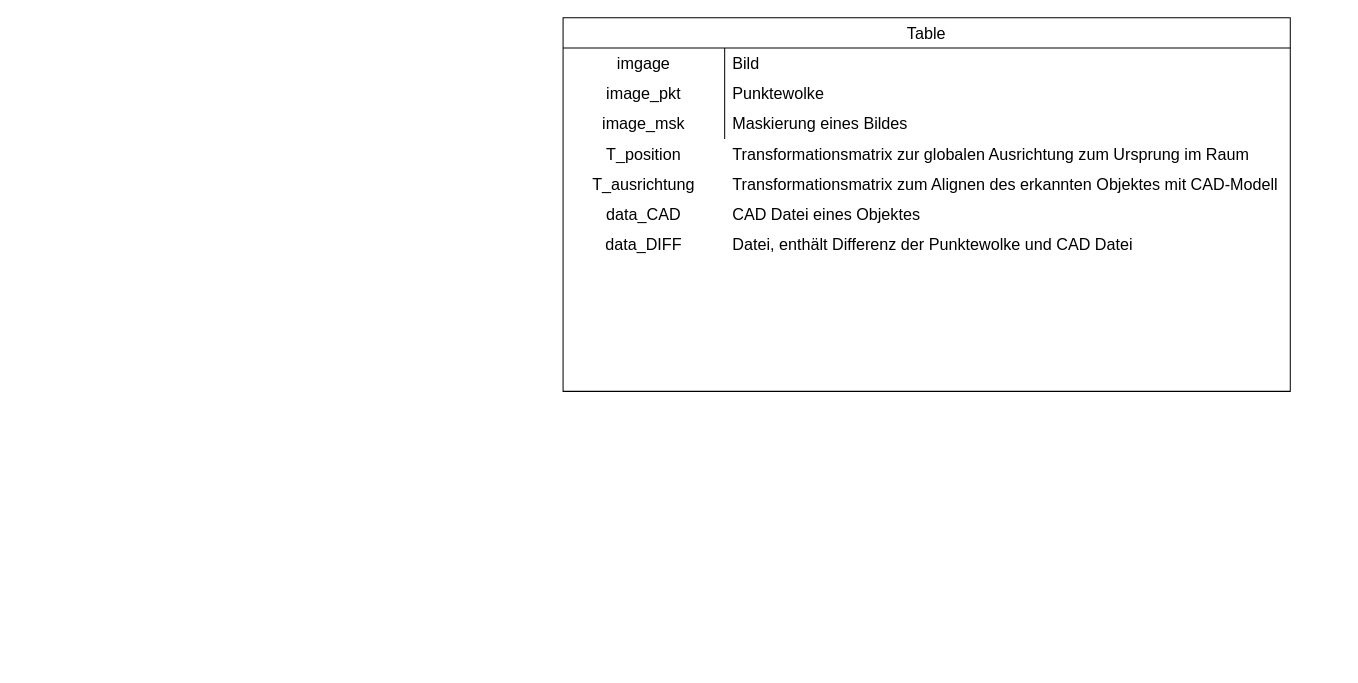
The draw.io diagram page "Legende" (9 of 10) of Segmentierung.drawio in aquamas/diagrams, before the edit. Source tidied: cells renumbered, new cells numbered last; positions are measured from the earlier drawing's top-left corner, leaving out a move shared by most shapes. Both pictures are drawn from the tidied source at 101%, with x=0, y=0 at pixel (563, 17).
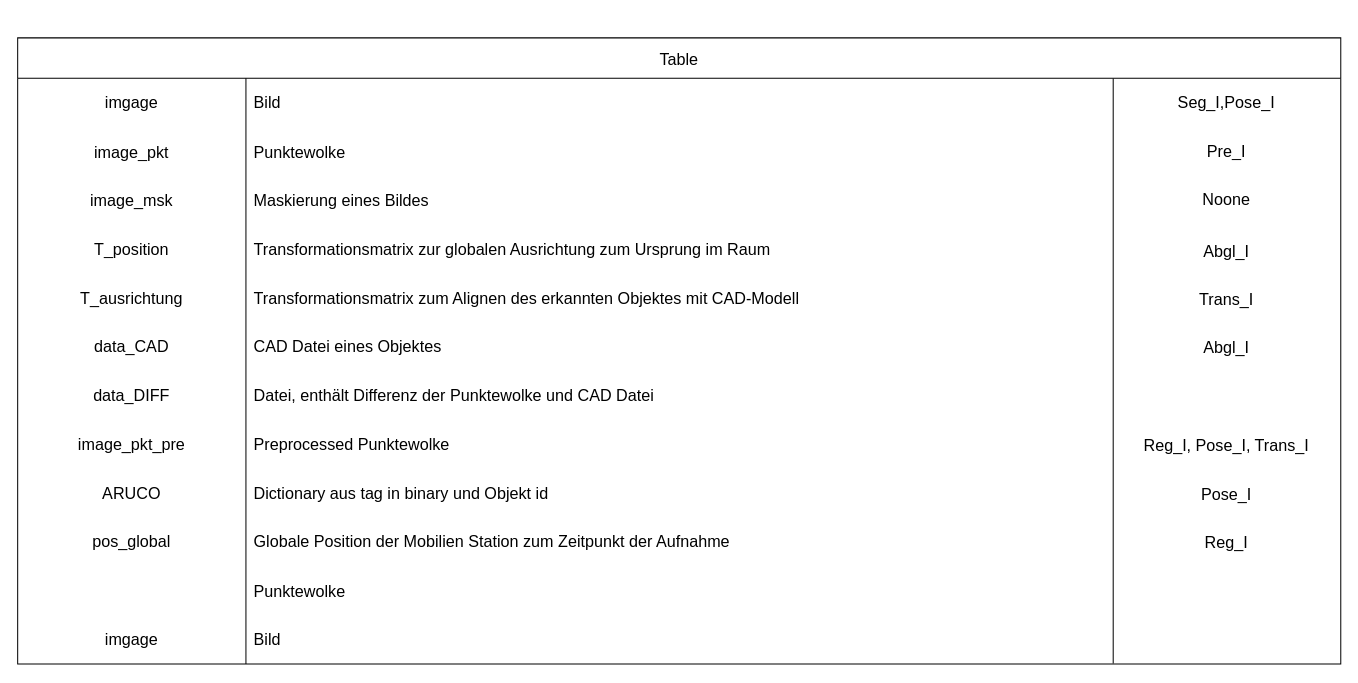
The same page after the edit.

Diff of the diagram source:
```diff
@@
+    <mxCell id="20" style="group;" parent="1" vertex="1">
+      <mxGeometry x="-540" y="20" width="1310" height="620" as="geometry" />
+    </mxCell>
+    <mxCell id="21" value="Seg_I,Pose_I" style="shape=partialRectangle;html=1;whiteSpace=wrap;fillColor=none;top=0;left=0;bottom=0;right=0;overflow=hidden;strokeColor=inherit;fontSize=16;fixDash=1;fixedWidth=0;" parent="20" vertex="1" collapsed="1">
+      <mxGeometry x="1084.1" y="40" width="225.9" height="48" as="geometry" />
+    </mxCell>
+    <mxCell id="22" style="group;" parent="20" vertex="1">
+      <mxGeometry width="1310" height="620" as="geometry" />
+    </mxCell>
-    <mxCell id="2" value="Table" style="shape=table;startSize=30;childLayout=tableLayout;rowLines=0;fontStyle=0;strokeColor=default;fontSize=16;" parent="1" vertex="1">
-      <mxGeometry width="720" height="370" as="geometry" />
+    <mxCell id="2" value="Table" style="shape=table;startSize=40;childLayout=tableLayout;rowLines=0;fontStyle=0;strokeColor=default;fontSize=16;fixDash=1;" parent="22" vertex="1">
+      <mxGeometry width="1310" height="620" as="geometry" />
     </mxCell>
     <mxCell id="3" style="shape=tableRow;horizontal=0;startSize=0;swimlaneHead=0;swimlaneBody=0;top=0;left=0;bottom=0;right=0;fillColor=none;points=[[0,0.5],[1,0.5]];portConstraint=eastwest;strokeColor=inherit;fontSize=16;" parent="2" vertex="1">
-      <mxGeometry y="30" width="720" height="30" as="geometry" />
+      <mxGeometry y="40" width="1310" height="48" as="geometry" />
     </mxCell>
     <mxCell id="4" value="imgage" style="shape=partialRectangle;html=1;whiteSpace=wrap;fillColor=none;top=0;left=0;bottom=0;right=0;overflow=hidden;strokeColor=inherit;fontSize=16;" parent="3" vertex="1">
-      <mxGeometry width="160" height="30" as="geometry" />
+      <mxGeometry width="226" height="48" as="geometry" />
     </mxCell>
     <mxCell id="5" value="Bild&amp;nbsp;" style="shape=partialRectangle;html=1;whiteSpace=wrap;fillColor=none;top=0;left=0;bottom=0;right=0;align=left;spacingLeft=6;overflow=hidden;strokeColor=inherit;fontSize=16;" parent="3" vertex="1">
-      <mxGeometry x="160" width="560" height="30" as="geometry" />
+      <mxGeometry x="226" width="1084" height="48" as="geometry" />
     </mxCell>
     <mxCell id="6" style="shape=tableRow;horizontal=0;startSize=0;swimlaneHead=0;swimlaneBody=0;top=0;left=0;bottom=0;right=0;fillColor=none;strokeColor=inherit;fontSize=16;" parent="2" vertex="1">
-      <mxGeometry y="60" width="720" height="30" as="geometry" />
+      <mxGeometry y="88" width="1310" height="49" as="geometry" />
     </mxCell>
     <mxCell id="7" value="image_pkt" style="shape=partialRectangle;html=1;whiteSpace=wrap;fillColor=none;top=0;left=0;bottom=0;right=0;overflow=hidden;strokeColor=inherit;fontSize=16;" parent="6" vertex="1">
-      <mxGeometry width="160" height="30" as="geometry" />
+      <mxGeometry width="226" height="49" as="geometry" />
     </mxCell>
     <mxCell id="8" value="Punktewolke" style="shape=partialRectangle;html=1;whiteSpace=wrap;fillColor=none;top=0;left=0;bottom=0;right=0;align=left;spacingLeft=6;overflow=hidden;strokeColor=inherit;fontSize=16;" parent="6" vertex="1">
-      <mxGeometry x="160" width="560" height="30" as="geometry" />
+      <mxGeometry x="226" width="1084" height="49" as="geometry" />
     </mxCell>
     <mxCell id="9" style="shape=tableRow;horizontal=0;startSize=0;swimlaneHead=0;swimlaneBody=0;top=0;left=0;bottom=0;right=0;fillColor=none;strokeColor=inherit;fontSize=16;" parent="2" vertex="1">
-      <mxGeometry y="90" width="720" height="30" as="geometry" />
+      <mxGeometry y="137" width="1310" height="48" as="geometry" />
     </mxCell>
     <mxCell id="10" value="image_msk" style="shape=partialRectangle;html=1;whiteSpace=wrap;fillColor=none;top=0;left=0;bottom=0;right=0;overflow=hidden;strokeColor=inherit;fontSize=16;" parent="9" vertex="1">
-      <mxGeometry width="160" height="30" as="geometry" />
+      <mxGeometry width="226" height="48" as="geometry" />
     </mxCell>
     <mxCell id="11" value="Maskierung eines Bildes" style="shape=partialRectangle;html=1;whiteSpace=wrap;fillColor=none;top=0;left=0;bottom=0;right=0;align=left;spacingLeft=6;overflow=hidden;strokeColor=inherit;fontSize=16;" parent="9" vertex="1">
-      <mxGeometry x="160" width="560" height="30" as="geometry" />
+      <mxGeometry x="226" width="1084" height="48" as="geometry" />
     </mxCell>
+    <mxCell id="23" style="shape=tableRow;horizontal=0;startSize=0;swimlaneHead=0;swimlaneBody=0;top=0;left=0;bottom=0;right=0;fillColor=none;strokeColor=inherit;fontSize=16;" parent="2" vertex="1">
+      <mxGeometry y="185" width="1310" height="48" as="geometry" />
+    </mxCell>
-    <mxCell id="12" value="T_position" style="shape=partialRectangle;html=1;whiteSpace=wrap;fillColor=none;top=0;left=0;bottom=0;right=0;overflow=hidden;strokeColor=inherit;fontSize=16;" parent="1" vertex="1">
-      <mxGeometry y="120" width="160" height="30" as="geometry" />
+    <mxCell id="12" value="T_position" style="shape=partialRectangle;html=1;whiteSpace=wrap;fillColor=none;top=0;left=0;bottom=0;right=0;overflow=hidden;strokeColor=inherit;fontSize=16;" parent="23" vertex="1">
+      <mxGeometry width="226" height="48" as="geometry" />
     </mxCell>
-    <mxCell id="13" value="Transformationsmatrix zur globalen Ausrichtung zum Ursprung im Raum" style="shape=partialRectangle;html=1;whiteSpace=wrap;fillColor=none;top=0;left=0;bottom=0;right=0;align=left;spacingLeft=6;overflow=hidden;strokeColor=inherit;fontSize=16;" parent="1" vertex="1">
-      <mxGeometry x="160" y="120" width="560" height="30" as="geometry" />
+    <mxCell id="13" value="Transformationsmatrix zur globalen Ausrichtung zum Ursprung im Raum" style="shape=partialRectangle;html=1;whiteSpace=wrap;fillColor=none;top=0;left=0;bottom=0;right=0;align=left;spacingLeft=6;overflow=hidden;strokeColor=inherit;fontSize=16;" parent="23" vertex="1">
+      <mxGeometry x="226" width="1084" height="48" as="geometry" />
     </mxCell>
+    <mxCell id="24" style="shape=tableRow;horizontal=0;startSize=0;swimlaneHead=0;swimlaneBody=0;top=0;left=0;bottom=0;right=0;fillColor=none;strokeColor=inherit;fontSize=16;" parent="2" vertex="1">
+      <mxGeometry y="233" width="1310" height="49" as="geometry" />
+    </mxCell>
+    <mxCell id="15" value="T_ausrichtung" style="shape=partialRectangle;html=1;whiteSpace=wrap;fillColor=none;top=0;left=0;bottom=0;right=0;overflow=hidden;strokeColor=inherit;fontSize=16;" parent="24" vertex="1">
+      <mxGeometry width="226" height="49" as="geometry" />
+    </mxCell>
-    <mxCell id="14" value="Transformationsmatrix zum Alignen des erkannten Objektes mit CAD-Modell" style="shape=partialRectangle;html=1;whiteSpace=wrap;fillColor=none;top=0;left=0;bottom=0;right=0;align=left;spacingLeft=6;overflow=hidden;strokeColor=inherit;fontSize=16;" parent="1" vertex="1">
-      <mxGeometry x="160" y="150" width="560" height="30" as="geometry" />
+    <mxCell id="14" value="Transformationsmatrix zum Alignen des erkannten Objektes mit CAD-Modell" style="shape=partialRectangle;html=1;whiteSpace=wrap;fillColor=none;top=0;left=0;bottom=0;right=0;align=left;spacingLeft=6;overflow=hidden;strokeColor=inherit;fontSize=16;" parent="24" vertex="1">
+      <mxGeometry x="226" width="1084" height="49" as="geometry" />
     </mxCell>
-    <mxCell id="15" value="T_ausrichtung" style="shape=partialRectangle;html=1;whiteSpace=wrap;fillColor=none;top=0;left=0;bottom=0;right=0;overflow=hidden;strokeColor=inherit;fontSize=16;" parent="1" vertex="1">
-      <mxGeometry y="150" width="160" height="30" as="geometry" />
-    </mxCell>
+    <mxCell id="25" style="shape=tableRow;horizontal=0;startSize=0;swimlaneHead=0;swimlaneBody=0;top=0;left=0;bottom=0;right=0;fillColor=none;strokeColor=inherit;fontSize=16;" parent="2" vertex="1">
+      <mxGeometry y="282" width="1310" height="48" as="geometry" />
+    </mxCell>
-    <mxCell id="16" value="data_CAD" style="shape=partialRectangle;html=1;whiteSpace=wrap;fillColor=none;top=0;left=0;bottom=0;right=0;overflow=hidden;strokeColor=inherit;fontSize=16;" parent="1" vertex="1">
-      <mxGeometry y="180" width="160" height="30" as="geometry" />
+    <mxCell id="16" value="data_CAD" style="shape=partialRectangle;html=1;whiteSpace=wrap;fillColor=none;top=0;left=0;bottom=0;right=0;overflow=hidden;strokeColor=inherit;fontSize=16;" parent="25" vertex="1">
+      <mxGeometry width="226" height="48" as="geometry" />
     </mxCell>
+    <mxCell id="18" value="CAD Datei eines Objektes" style="shape=partialRectangle;html=1;whiteSpace=wrap;fillColor=none;top=0;left=0;bottom=0;right=0;align=left;spacingLeft=6;overflow=hidden;strokeColor=inherit;fontSize=16;" parent="25" vertex="1">
+      <mxGeometry x="226" width="1084" height="48" as="geometry" />
+    </mxCell>
+    <mxCell id="26" style="shape=tableRow;horizontal=0;startSize=0;swimlaneHead=0;swimlaneBody=0;top=0;left=0;bottom=0;right=0;fillColor=none;strokeColor=inherit;fontSize=16;" parent="2" vertex="1">
+      <mxGeometry y="330" width="1310" height="48" as="geometry" />
+    </mxCell>
-    <mxCell id="17" value="data_DIFF" style="shape=partialRectangle;html=1;whiteSpace=wrap;fillColor=none;top=0;left=0;bottom=0;right=0;overflow=hidden;strokeColor=inherit;fontSize=16;" parent="1" vertex="1">
-      <mxGeometry y="210" width="160" height="30" as="geometry" />
+    <mxCell id="17" value="data_DIFF" style="shape=partialRectangle;html=1;whiteSpace=wrap;fillColor=none;top=0;left=0;bottom=0;right=0;overflow=hidden;strokeColor=inherit;fontSize=16;" parent="26" vertex="1">
+      <mxGeometry width="226" height="48" as="geometry" />
     </mxCell>
-    <mxCell id="18" value="CAD Datei eines Objektes" style="shape=partialRectangle;html=1;whiteSpace=wrap;fillColor=none;top=0;left=0;bottom=0;right=0;align=left;spacingLeft=6;overflow=hidden;strokeColor=inherit;fontSize=16;" parent="1" vertex="1">
-      <mxGeometry x="160" y="180" width="560" height="30" as="geometry" />
-    </mxCell>
-    <mxCell id="19" value="Datei, enthält Differenz der Punktewolke und CAD Datei" style="shape=partialRectangle;html=1;whiteSpace=wrap;fillColor=none;top=0;left=0;bottom=0;right=0;align=left;spacingLeft=6;overflow=hidden;strokeColor=inherit;fontSize=16;" parent="1" vertex="1">
-      <mxGeometry x="160" y="210" width="560" height="30" as="geometry" />
+    <mxCell id="19" value="Datei, enthält Differenz der Punktewolke und CAD Datei" style="shape=partialRectangle;html=1;whiteSpace=wrap;fillColor=none;top=0;left=0;bottom=0;right=0;align=left;spacingLeft=6;overflow=hidden;strokeColor=inherit;fontSize=16;" parent="26" vertex="1">
+      <mxGeometry x="226" width="1084" height="48" as="geometry" />
     </mxCell>
+    <mxCell id="27" style="shape=tableRow;horizontal=0;startSize=0;swimlaneHead=0;swimlaneBody=0;top=0;left=0;bottom=0;right=0;fillColor=none;strokeColor=inherit;fontSize=16;" parent="2" vertex="1">
+      <mxGeometry y="378" width="1310" height="49" as="geometry" />
+    </mxCell>
+    <mxCell id="28" value="image_pkt_pre" style="shape=partialRectangle;html=1;whiteSpace=wrap;fillColor=none;top=0;left=0;bottom=0;right=0;overflow=hidden;strokeColor=inherit;fontSize=16;" parent="27" vertex="1">
+      <mxGeometry width="226" height="49" as="geometry" />
+    </mxCell>
+    <mxCell id="29" value="Preprocessed Punktewolke" style="shape=partialRectangle;html=1;whiteSpace=wrap;fillColor=none;top=0;left=0;bottom=0;right=0;align=left;spacingLeft=6;overflow=hidden;strokeColor=inherit;fontSize=16;" parent="27" vertex="1">
+      <mxGeometry x="226" width="1084" height="49" as="geometry" />
+    </mxCell>
+    <mxCell id="30" style="shape=tableRow;horizontal=0;startSize=0;swimlaneHead=0;swimlaneBody=0;top=0;left=0;bottom=0;right=0;fillColor=none;strokeColor=inherit;fontSize=16;" parent="2" vertex="1">
+      <mxGeometry y="427" width="1310" height="48" as="geometry" />
+    </mxCell>
+    <mxCell id="31" value="ARUCO" style="shape=partialRectangle;html=1;whiteSpace=wrap;fillColor=none;top=0;left=0;bottom=0;right=0;overflow=hidden;strokeColor=inherit;fontSize=16;" parent="30" vertex="1">
+      <mxGeometry width="226" height="48" as="geometry" />
+    </mxCell>
+    <mxCell id="32" value="Dictionary aus tag in binary und Objekt id" style="shape=partialRectangle;html=1;whiteSpace=wrap;fillColor=none;top=0;left=0;bottom=0;right=0;align=left;spacingLeft=6;overflow=hidden;strokeColor=inherit;fontSize=16;" parent="30" vertex="1">
+      <mxGeometry x="226" width="1084" height="48" as="geometry" />
+    </mxCell>
+    <mxCell id="33" style="shape=tableRow;horizontal=0;startSize=0;swimlaneHead=0;swimlaneBody=0;top=0;left=0;bottom=0;right=0;fillColor=none;strokeColor=inherit;fontSize=16;" parent="2" vertex="1">
+      <mxGeometry y="475" width="1310" height="48" as="geometry" />
+    </mxCell>
+    <mxCell id="34" value="pos_global" style="shape=partialRectangle;html=1;whiteSpace=wrap;fillColor=none;top=0;left=0;bottom=0;right=0;overflow=hidden;strokeColor=inherit;fontSize=16;" parent="33" vertex="1">
+      <mxGeometry width="226" height="48" as="geometry" />
+    </mxCell>
+    <mxCell id="35" value="Globale Position der Mobilien Station zum Zeitpunkt der Aufnahme" style="shape=partialRectangle;html=1;whiteSpace=wrap;fillColor=none;top=0;left=0;bottom=0;right=0;align=left;spacingLeft=6;overflow=hidden;strokeColor=inherit;fontSize=16;" parent="33" vertex="1">
+      <mxGeometry x="226" width="1084" height="48" as="geometry" />
+    </mxCell>
+    <mxCell id="36" style="shape=tableRow;horizontal=0;startSize=0;swimlaneHead=0;swimlaneBody=0;top=0;left=0;bottom=0;right=0;fillColor=none;strokeColor=inherit;fontSize=16;" parent="2" vertex="1">
+      <mxGeometry y="523" width="1310" height="49" as="geometry" />
+    </mxCell>
+    <mxCell id="37" style="shape=partialRectangle;html=1;whiteSpace=wrap;fillColor=none;top=0;left=0;bottom=0;right=0;overflow=hidden;strokeColor=inherit;fontSize=16;" parent="36" vertex="1">
+      <mxGeometry width="226" height="49" as="geometry" />
+    </mxCell>
+    <mxCell id="38" value="Punktewolke" style="shape=partialRectangle;html=1;whiteSpace=wrap;fillColor=none;top=0;left=0;bottom=0;right=0;align=left;spacingLeft=6;overflow=hidden;strokeColor=inherit;fontSize=16;" parent="36" vertex="1">
+      <mxGeometry x="226" width="1084" height="49" as="geometry" />
+    </mxCell>
+    <mxCell id="39" style="shape=tableRow;horizontal=0;startSize=0;swimlaneHead=0;swimlaneBody=0;top=0;left=0;bottom=0;right=0;fillColor=none;points=[[0,0.5],[1,0.5]];portConstraint=eastwest;strokeColor=inherit;fontSize=16;" parent="2" vertex="1">
+      <mxGeometry y="572" width="1310" height="48" as="geometry" />
+    </mxCell>
+    <mxCell id="40" value="imgage" style="shape=partialRectangle;html=1;whiteSpace=wrap;fillColor=none;top=0;left=0;bottom=0;right=0;overflow=hidden;strokeColor=inherit;fontSize=16;" parent="39" vertex="1">
+      <mxGeometry width="226" height="48" as="geometry" />
+    </mxCell>
+    <mxCell id="41" value="Bild&amp;nbsp;" style="shape=partialRectangle;html=1;whiteSpace=wrap;fillColor=none;top=0;left=0;bottom=0;right=0;align=left;spacingLeft=6;overflow=hidden;strokeColor=inherit;fontSize=16;" parent="39" vertex="1">
+      <mxGeometry x="226" width="1084" height="48" as="geometry" />
+    </mxCell>
+    <mxCell id="42" style="endArrow=none;html=1;rounded=0;exitX=0.828;exitY=0.989;exitDx=0;exitDy=0;exitPerimeter=0;entryX=0.828;entryY=0.006;entryDx=0;entryDy=0;entryPerimeter=0;snapToPoint=1;fixDash=1;" parent="2" edge="1" source="39" target="3">
+      <mxGeometry relative="1" as="geometry" />
+    </mxCell>
+    <mxCell id="43" value="Pre_I" style="shape=partialRectangle;html=1;whiteSpace=wrap;fillColor=none;top=0;left=0;bottom=0;right=0;overflow=hidden;strokeColor=inherit;fontSize=16;fixDash=1;fixedWidth=0;" parent="22" vertex="1" collapsed="1">
+      <mxGeometry x="1084.1" y="88" width="225.9" height="48" as="geometry" />
+    </mxCell>
+    <mxCell id="44" value="Reg_I, Pose_I, Trans_I" style="shape=partialRectangle;html=1;whiteSpace=wrap;fillColor=none;top=0;left=0;bottom=0;right=0;overflow=hidden;strokeColor=inherit;fontSize=16;fixDash=1;fixedWidth=0;" parent="22" vertex="1" collapsed="1">
+      <mxGeometry x="1084.1" y="380" width="225.9" height="48" as="geometry" />
+    </mxCell>
+    <mxCell id="45" value="Abgl_I" style="shape=partialRectangle;html=1;whiteSpace=wrap;fillColor=none;top=0;left=0;bottom=0;right=0;overflow=hidden;strokeColor=inherit;fontSize=16;fixDash=1;fixedWidth=0;" parent="22" vertex="1" collapsed="1">
+      <mxGeometry x="1084.1" y="187" width="225.9" height="48" as="geometry" />
+    </mxCell>
+    <mxCell id="46" value="Trans_I" style="shape=partialRectangle;html=1;whiteSpace=wrap;fillColor=none;top=0;left=0;bottom=0;right=0;overflow=hidden;strokeColor=inherit;fontSize=16;fixDash=1;fixedWidth=0;" parent="22" vertex="1" collapsed="1">
+      <mxGeometry x="1084.1" y="235" width="225.9" height="48" as="geometry" />
+    </mxCell>
+    <mxCell id="47" value="Noone" style="shape=partialRectangle;html=1;whiteSpace=wrap;fillColor=none;top=0;left=0;bottom=0;right=0;overflow=hidden;strokeColor=inherit;fontSize=16;fixDash=1;fixedWidth=0;" parent="22" vertex="1" collapsed="1">
+      <mxGeometry x="1084.1" y="136" width="225.9" height="48" as="geometry" />
+    </mxCell>
+    <mxCell id="48" value="Abgl_I" style="shape=partialRectangle;html=1;whiteSpace=wrap;fillColor=none;top=0;left=0;bottom=0;right=0;overflow=hidden;strokeColor=inherit;fontSize=16;fixDash=1;fixedWidth=0;" parent="22" vertex="1" collapsed="1">
+      <mxGeometry x="1084.1" y="283" width="225.9" height="48" as="geometry" />
+    </mxCell>
+    <mxCell id="49" style="shape=partialRectangle;html=1;whiteSpace=wrap;fillColor=none;top=0;left=0;bottom=0;right=0;overflow=hidden;strokeColor=inherit;fontSize=16;fixDash=1;fixedWidth=0;" parent="22" vertex="1" collapsed="1">
+      <mxGeometry x="1084.1" y="331" width="225.9" height="48" as="geometry" />
+    </mxCell>
+    <mxCell id="50" value="Pose_I" style="shape=partialRectangle;html=1;whiteSpace=wrap;fillColor=none;top=0;left=0;bottom=0;right=0;overflow=hidden;strokeColor=inherit;fontSize=16;fixDash=1;fixedWidth=0;" parent="22" vertex="1" collapsed="1">
+      <mxGeometry x="1084.1" y="428" width="225.9" height="48" as="geometry" />
+    </mxCell>
+    <mxCell id="51" value="Reg_I" style="shape=partialRectangle;html=1;whiteSpace=wrap;fillColor=none;top=0;left=0;bottom=0;right=0;overflow=hidden;strokeColor=inherit;fontSize=16;fixDash=1;fixedWidth=0;" parent="22" vertex="1" collapsed="1">
+      <mxGeometry x="1084.1" y="476" width="225.9" height="48" as="geometry" />
+    </mxCell>
```
